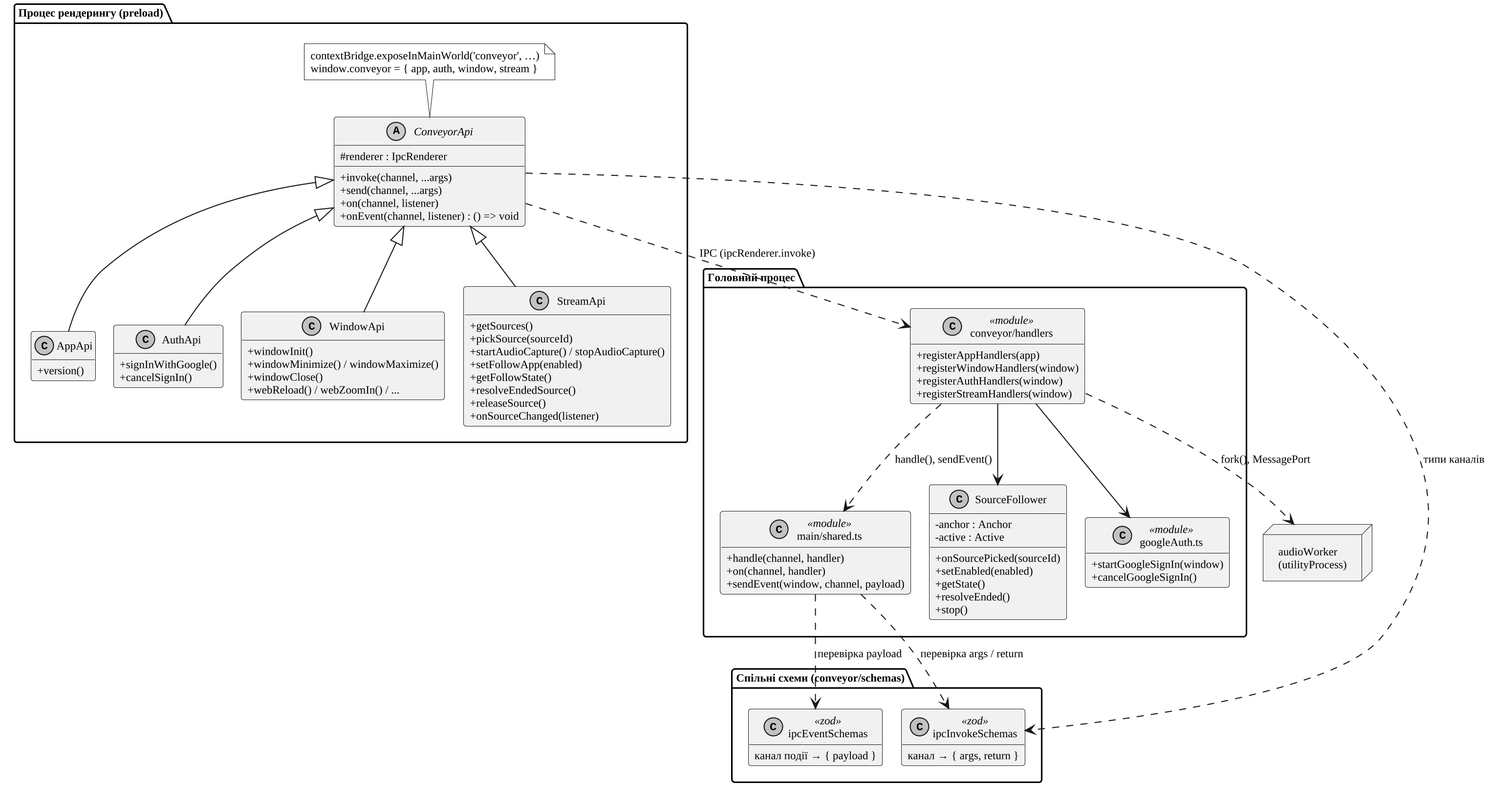
This is thesis/diagrams/fig-classes-conveyor.png from Nikitos1926/stream-share, a PlantUML export, as it was before one commit. Its diagram source:
```plantuml
@startuml
!pragma layout smetana
skinparam defaultFontName "Liberation Serif"
skinparam dpi 200
skinparam shadowing false
skinparam monochrome true
skinparam defaultFontSize 11
hide empty members
allowmixing
top to bottom direction
skinparam classAttributeIconSize 0

package "Процес рендерингу (preload)" {
  abstract class ConveyorApi {
    # renderer : IpcRenderer
    + invoke(channel, ...args)
    + send(channel, ...args)
    + on(channel, listener)
    + onEvent(channel, listener) : () => void
  }
  class AppApi {
    + version()
  }
  class AuthApi {
    + signInWithGoogle()
    + cancelSignIn()
  }
  class WindowApi {
    + windowInit()
    + windowMinimize() / windowMaximize()
    + windowClose()
    + webReload() / webZoomIn() / ...
  }
  class StreamApi {
    + getSources()
    + pickSource(sourceId)
    + startAudioCapture() / stopAudioCapture()
    + setFollowApp(enabled)
    + getFollowState()
    + resolveEndedSource()
    + releaseSource()
    + onSourceChanged(listener)
  }
  note "contextBridge.exposeInMainWorld('conveyor', …)\nwindow.conveyor = { app, auth, window, stream }" as N1
}

package "Спільні схеми (conveyor/schemas)" {
  class ipcInvokeSchemas <<zod>> {
    канал → { args, return }
  }
  class ipcEventSchemas <<zod>> {
    канал події → { payload }
  }
}

package "Головний процес" {
  class "main/shared.ts" as shared <<module>> {
    + handle(channel, handler)
    + on(channel, handler)
    + sendEvent(window, channel, payload)
  }
  class "conveyor/handlers" as handlers <<module>> {
    + registerAppHandlers(app)
    + registerWindowHandlers(window)
    + registerAuthHandlers(window)
    + registerStreamHandlers(window)
  }
  class SourceFollower {
    - anchor : Anchor
    - active : Active
    + onSourcePicked(sourceId)
    + setEnabled(enabled)
    + getState()
    + resolveEnded()
    + stop()
  }
  class "googleAuth.ts" as googleAuth <<module>> {
    + startGoogleSignIn(window)
    + cancelGoogleSignIn()
  }
}
node "audioWorker\n(utilityProcess)" as audio

ConveyorApi <|-- AppApi
ConveyorApi <|-- AuthApi
ConveyorApi <|-- WindowApi
ConveyorApi <|-- StreamApi
N1 .. ConveyorApi

ConveyorApi ..> ipcInvokeSchemas : типи каналів
shared ..> ipcInvokeSchemas : перевірка args / return
shared ..> ipcEventSchemas : перевірка payload
handlers ..> shared : handle(), sendEvent()
handlers --> SourceFollower
handlers --> googleAuth
handlers ..> audio : fork(), MessagePort
ConveyorApi ..> handlers : IPC (ipcRenderer.invoke)
@enduml
```
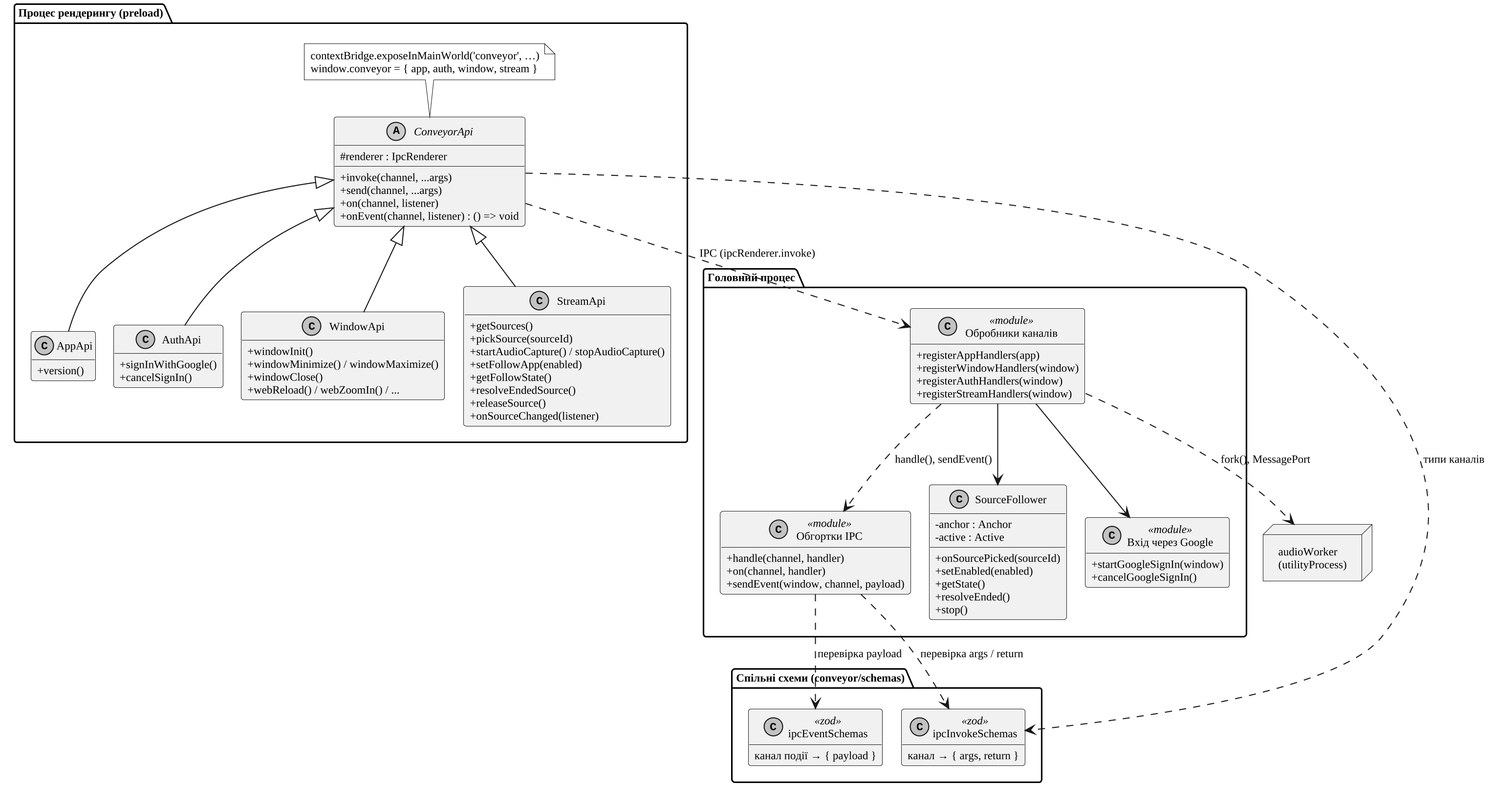
After the commit.

Diff of the diagram source:
```diff
@@ -54,12 +54,12 @@
 }
 
 package "Головний процес" {
-  class "main/shared.ts" as shared <<module>> {
+  class "Обгортки IPC" as shared <<module>> {
     + handle(channel, handler)
     + on(channel, handler)
     + sendEvent(window, channel, payload)
   }
-  class "conveyor/handlers" as handlers <<module>> {
+  class "Обробники каналів" as handlers <<module>> {
     + registerAppHandlers(app)
     + registerWindowHandlers(window)
     + registerAuthHandlers(window)
@@ -74,7 +74,7 @@
     + resolveEnded()
     + stop()
   }
-  class "googleAuth.ts" as googleAuth <<module>> {
+  class "Вхід через Google" as googleAuth <<module>> {
     + startGoogleSignIn(window)
     + cancelGoogleSignIn()
   }
```
